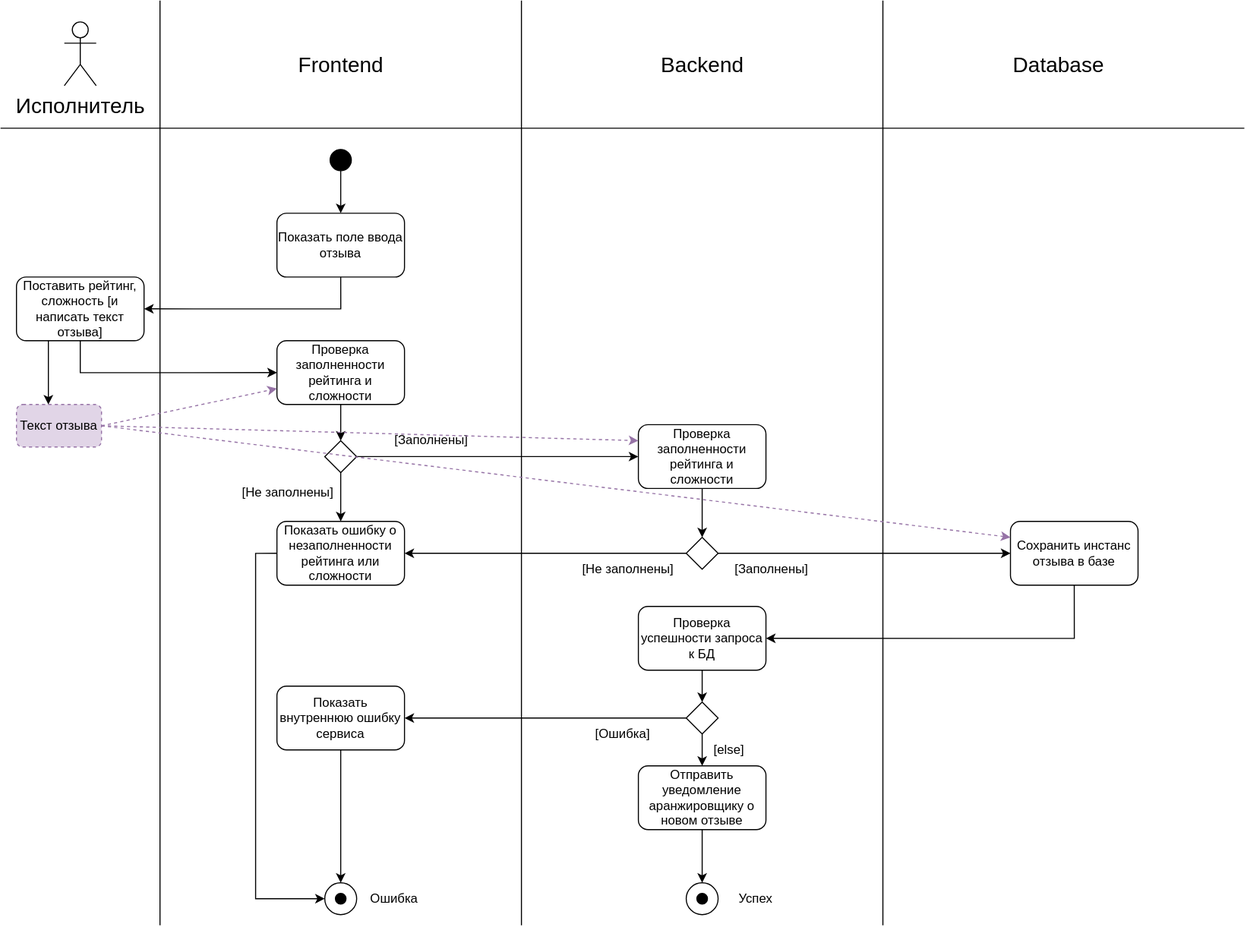
The draw.io diagram team-06/leave_feedback_activity_diagram.svg in job-modelware-ru/it-2024, before a commit. Source tidied: cells renumbered, new cells last; positions are measured from the earlier drawing's top-left corner, leaving out a move shared by most shapes.
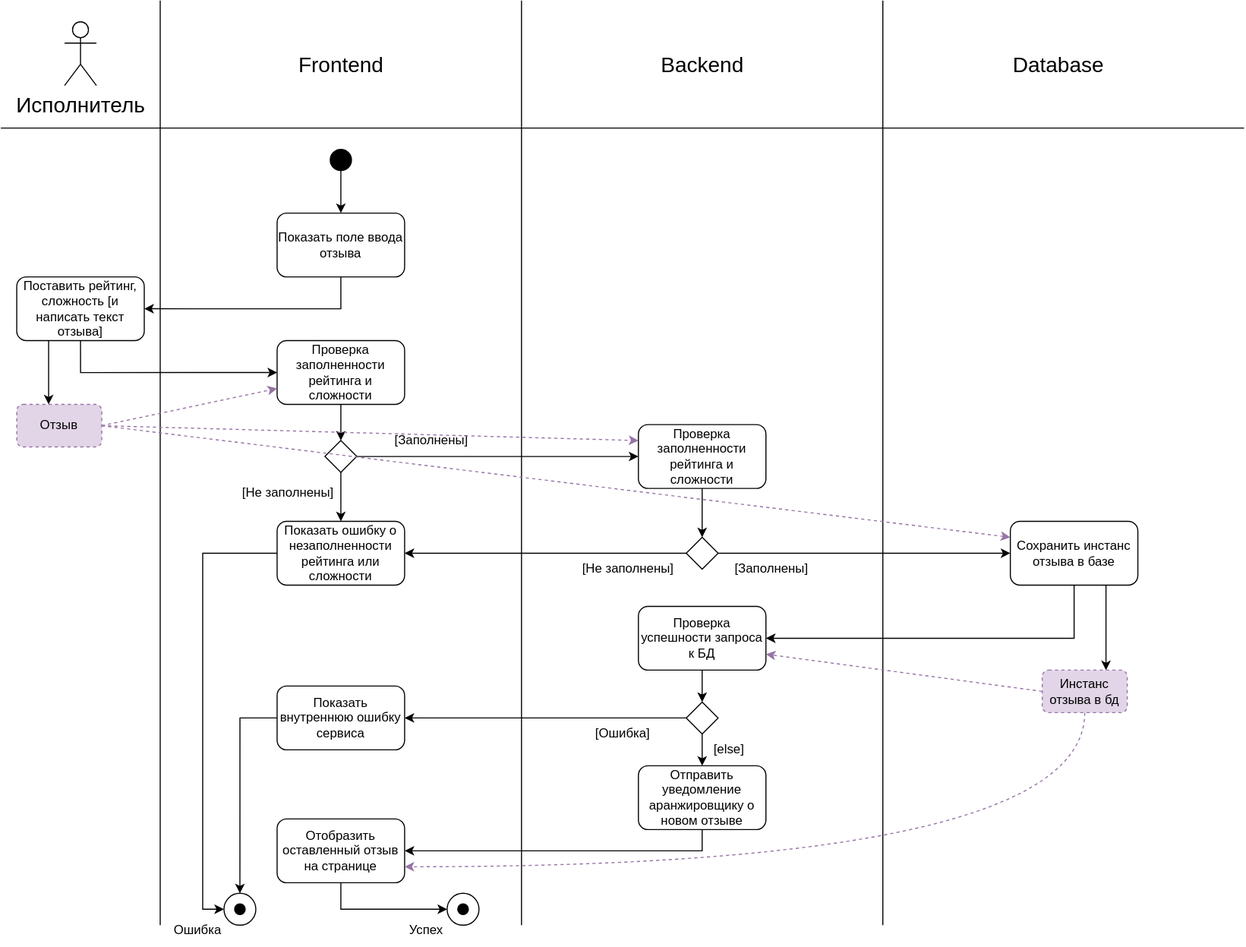
The same diagram one commit later.

Commit message:
fix activity diagram of 'leave feedback' use-case

The edit, as a diff of the source:
```diff
@@ -101,13 +101,16 @@
     <mxCell id="30" style="edgeStyle=orthogonalEdgeStyle;rounded=0;jettySize=auto;html=1;exitX=0.5;exitY=1;exitDx=0;exitDy=0;entryX=1;entryY=0.5;entryDx=0;entryDy=0;" parent="1" edge="1" source="31" target="36">
       <mxGeometry relative="1" as="geometry" />
     </mxCell>
+    <mxCell id="58" style="edgeStyle=orthogonalEdgeStyle;rounded=0;jettySize=auto;html=1;exitX=0.75;exitY=1;exitDx=0;exitDy=0;entryX=0.75;entryY=0;entryDx=0;entryDy=0;" parent="1" edge="1" source="31" target="64">
+      <mxGeometry relative="1" as="geometry" />
+    </mxCell>
     <mxCell id="31" value="Сохранить инстанс отзыва в базе" style="rounded=1;whiteSpace=wrap;html=1;" parent="1" vertex="1">
       <mxGeometry x="950" y="490" width="120" height="60" as="geometry" />
     </mxCell>
     <mxCell id="32" value="[Не заполнены]" style="text;html=1;align=center;verticalAlign=middle;strokeColor=none;fillColor=none;" parent="1" vertex="1">
       <mxGeometry x="535" y="520" width="110" height="30" as="geometry" />
     </mxCell>
-    <mxCell id="33" style="edgeStyle=orthogonalEdgeStyle;rounded=0;jettySize=auto;html=1;exitX=0.5;exitY=1;exitDx=0;exitDy=0;entryX=0.5;entryY=0;entryDx=0;entryDy=0;" parent="1" edge="1" source="34" target="44">
+    <mxCell id="33" style="edgeStyle=orthogonalEdgeStyle;rounded=0;jettySize=auto;html=1;exitX=0;exitY=0.5;exitDx=0;exitDy=0;entryX=0.5;entryY=0;entryDx=0;entryDy=0;" parent="1" edge="1" source="34" target="44">
       <mxGeometry relative="1" as="geometry" />
     </mxCell>
     <mxCell id="34" value="Показать внутреннюю ошибку сервиса" style="rounded=1;whiteSpace=wrap;html=1;" parent="1" vertex="1">
@@ -133,14 +136,14 @@
     <mxCell id="40" value="[Ошибка]" style="text;html=1;align=center;verticalAlign=middle;strokeColor=none;fillColor=none;" parent="1" vertex="1">
       <mxGeometry x="550" y="675" width="70" height="30" as="geometry" />
     </mxCell>
-    <mxCell id="41" style="edgeStyle=orthogonalEdgeStyle;rounded=0;jettySize=auto;html=1;exitX=0.5;exitY=1;exitDx=0;exitDy=0;entryX=0.5;entryY=0;entryDx=0;entryDy=0;" parent="1" edge="1" source="42" target="47">
-      <mxGeometry relative="1" as="geometry" />
-    </mxCell>
+    <mxCell id="59" style="edgeStyle=orthogonalEdgeStyle;rounded=0;jettySize=auto;html=1;exitX=0.5;exitY=1;exitDx=0;exitDy=0;entryX=1;entryY=0.5;entryDx=0;entryDy=0;" parent="1" edge="1" source="42" target="61">
+      <mxGeometry relative="1" as="geometry" />
+    </mxCell>
     <mxCell id="42" value="Отправить уведомление аранжировщику о новом отзыве" style="rounded=1;whiteSpace=wrap;html=1;" parent="1" vertex="1">
       <mxGeometry x="600" y="720" width="120" height="60" as="geometry" />
     </mxCell>
     <mxCell id="43" style="group;" parent="1" vertex="1">
-      <mxGeometry x="305" y="830" width="30" height="30" as="geometry" />
+      <mxGeometry x="210" y="840" width="30" height="30" as="geometry" />
     </mxCell>
     <mxCell id="44" style="ellipse;whiteSpace=wrap;html=1;" parent="43" vertex="1">
       <mxGeometry width="30" height="30" as="geometry" />
@@ -149,7 +152,7 @@
       <mxGeometry x="10" y="10" width="10" height="10" as="geometry" />
     </mxCell>
     <mxCell id="46" style="group;" parent="1" vertex="1">
-      <mxGeometry x="645" y="830" width="30" height="30" as="geometry" />
+      <mxGeometry x="420" y="840" width="30" height="30" as="geometry" />
     </mxCell>
     <mxCell id="47" style="ellipse;whiteSpace=wrap;html=1;" parent="46" vertex="1">
       <mxGeometry width="30" height="30" as="geometry" />
@@ -158,10 +161,10 @@
       <mxGeometry x="10" y="10" width="10" height="10" as="geometry" />
     </mxCell>
     <mxCell id="49" value="Ошибка" style="text;html=1;align=center;verticalAlign=middle;strokeColor=none;fillColor=none;" parent="1" vertex="1">
-      <mxGeometry x="335" y="830" width="70" height="30" as="geometry" />
+      <mxGeometry x="150" y="860" width="70" height="30" as="geometry" />
     </mxCell>
     <mxCell id="50" value="Успех" style="text;html=1;align=center;verticalAlign=middle;strokeColor=none;fillColor=none;" parent="1" vertex="1">
-      <mxGeometry x="680" y="830" width="60" height="30" as="geometry" />
+      <mxGeometry x="370" y="860" width="60" height="30" as="geometry" />
     </mxCell>
     <mxCell id="51" style="rounded=0;jettySize=auto;html=1;exitX=1;exitY=0.5;exitDx=0;exitDy=0;entryX=0;entryY=0.75;entryDx=0;entryDy=0;fillColor=#e1d5e7;strokeColor=#9673a6;dashed=1;" parent="1" edge="1" source="54" target="17">
       <mxGeometry relative="1" as="geometry" />
@@ -172,7 +175,7 @@
     <mxCell id="53" style="rounded=0;jettySize=auto;html=1;exitX=1;exitY=0.5;exitDx=0;exitDy=0;entryX=0;entryY=0.25;entryDx=0;entryDy=0;fillColor=#e1d5e7;strokeColor=#9673a6;dashed=1;" parent="1" edge="1" source="54" target="31">
       <mxGeometry relative="1" as="geometry" />
     </mxCell>
-    <mxCell id="54" value="Текст отзыва" style="rounded=1;whiteSpace=wrap;html=1;dashed=1;fillColor=#e1d5e7;strokeColor=#9673a6;" parent="1" vertex="1">
+    <mxCell id="54" value="Отзыв" style="rounded=1;whiteSpace=wrap;html=1;dashed=1;fillColor=#e1d5e7;strokeColor=#9673a6;" parent="1" vertex="1">
       <mxGeometry x="15" y="380" width="80" height="40" as="geometry" />
     </mxCell>
     <mxCell id="55" style="edgeStyle=orthogonalEdgeStyle;rounded=0;jettySize=auto;html=1;exitX=0.25;exitY=1;exitDx=0;exitDy=0;entryX=0.375;entryY=0;entryDx=0;entryDy=0;entryPerimeter=0;" parent="1" edge="1" source="15" target="54">
@@ -184,5 +187,20 @@
     <mxCell id="57" value="[Заполнены]" style="text;html=1;align=center;verticalAlign=middle;strokeColor=none;fillColor=none;" parent="1" vertex="1">
       <mxGeometry x="680" y="520" width="90" height="30" as="geometry" />
     </mxCell>
+    <mxCell id="60" style="edgeStyle=orthogonalEdgeStyle;rounded=0;jettySize=auto;html=1;exitX=0.5;exitY=1;exitDx=0;exitDy=0;entryX=0;entryY=0.5;entryDx=0;entryDy=0;" parent="1" edge="1" source="61" target="47">
+      <mxGeometry relative="1" as="geometry" />
+    </mxCell>
+    <mxCell id="61" value="Отобразить оставленный отзыв на странице" style="rounded=1;whiteSpace=wrap;html=1;" parent="1" vertex="1">
+      <mxGeometry x="260" y="770" width="120" height="60" as="geometry" />
+    </mxCell>
+    <mxCell id="62" style="rounded=0;jettySize=auto;html=1;exitX=0;exitY=0.5;exitDx=0;exitDy=0;entryX=1;entryY=0.75;entryDx=0;entryDy=0;fillColor=#e1d5e7;strokeColor=#9673a6;dashed=1;" parent="1" edge="1" source="64" target="36">
+      <mxGeometry relative="1" as="geometry" />
+    </mxCell>
+    <mxCell id="63" style="edgeStyle=orthogonalEdgeStyle;rounded=0;jettySize=auto;html=1;exitX=0.5;exitY=1;exitDx=0;exitDy=0;entryX=1;entryY=0.75;entryDx=0;entryDy=0;curved=1;dashed=1;fillColor=#e1d5e7;strokeColor=#9673a6;" parent="1" edge="1" source="64" target="61">
+      <mxGeometry relative="1" as="geometry" />
+    </mxCell>
+    <mxCell id="64" value="Инстанс отзыва в бд" style="rounded=1;whiteSpace=wrap;html=1;dashed=1;fillColor=#e1d5e7;strokeColor=#9673a6;" parent="1" vertex="1">
+      <mxGeometry x="980" y="630" width="80" height="40" as="geometry" />
+    </mxCell>
   </root>
 </mxGraphModel>
```
